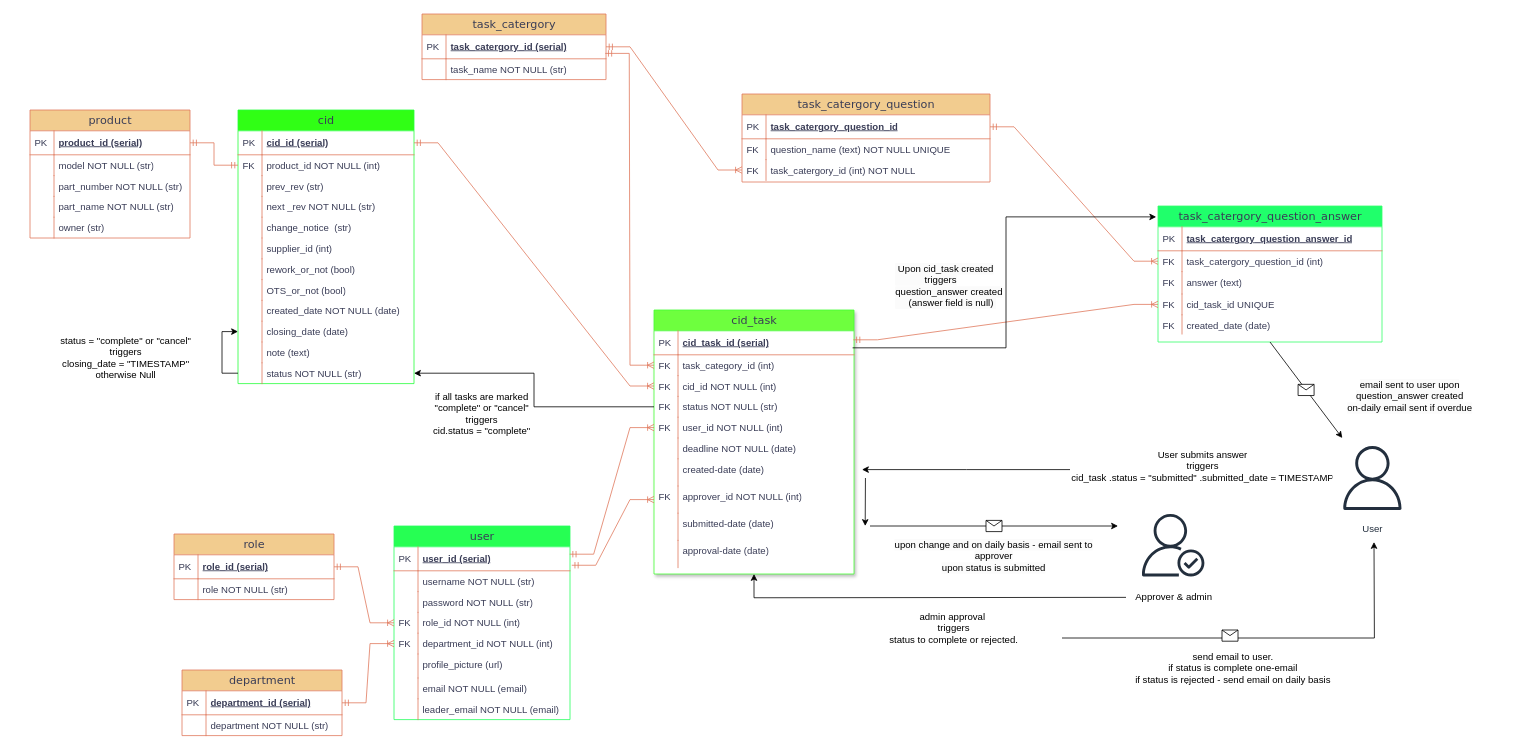
Before: Untitled Diagram.drawio in HieuBuiCong/ResumeHieuBC, a draw.io diagram. Source tidied: cells renumbered, new cells numbered last; positions are measured from the earlier drawing's top-left corner, leaving out a move shared by most shapes. Both pictures are drawn from the tidied source at 80%, with x=0, y=0 at pixel (14, -106).
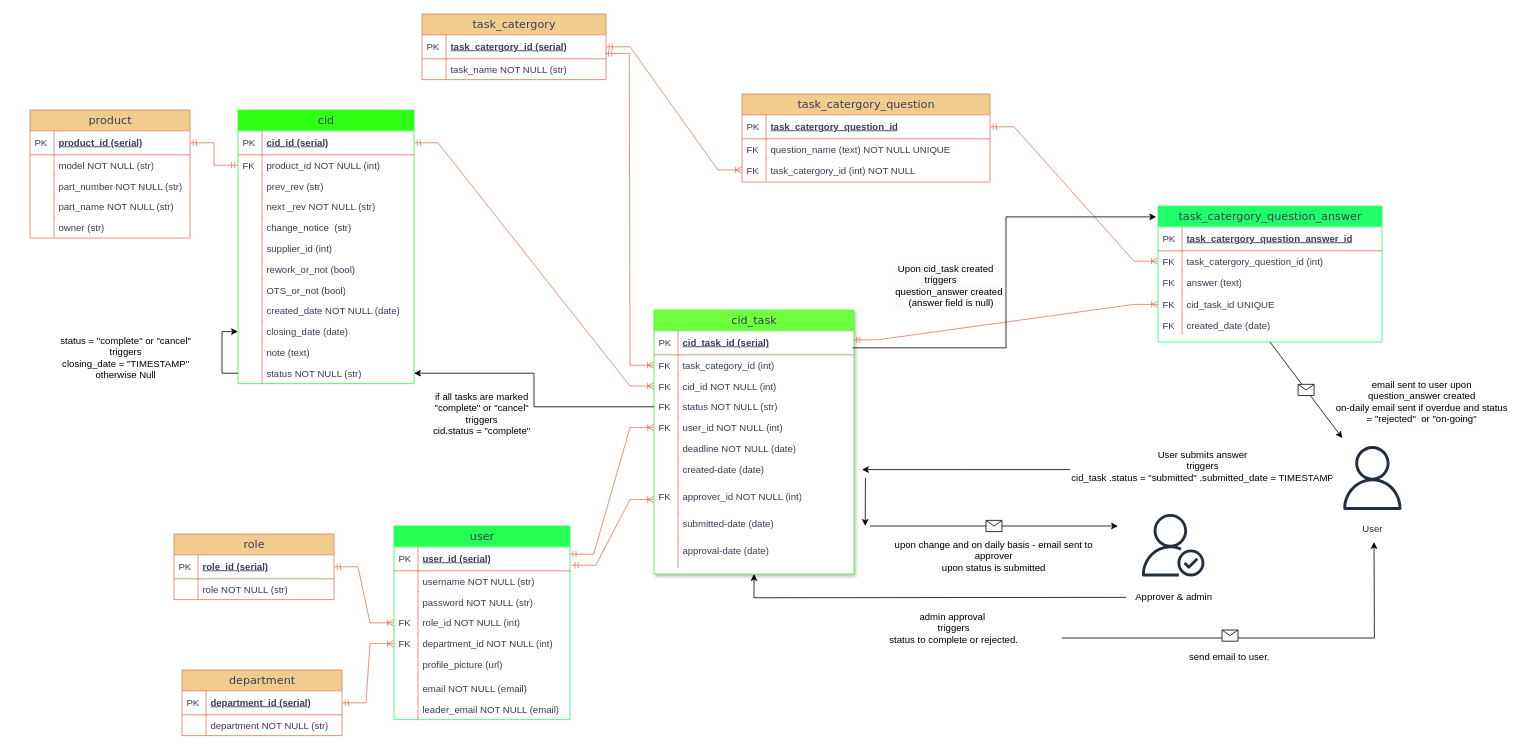
The same page after the edit.

What changed in the source:
```diff
@@
-    <mxCell id="122" value="&lt;span style=&quot;color: rgb(0, 0, 0); font-family: Helvetica; font-size: 12px; font-style: normal; font-variant-ligatures: normal; font-variant-caps: normal; font-weight: 400; letter-spacing: normal; orphans: 2; text-indent: 0px; text-transform: none; widows: 2; word-spacing: 0px; -webkit-text-stroke-width: 0px; white-space: normal; background-color: rgb(251, 251, 251); text-decoration-thickness: initial; text-decoration-style: initial; text-decoration-color: initial; float: none; display: inline !important;&quot;&gt;email sent to user upon question_answer created&lt;br&gt;on-daily email sent if overdue&lt;/span&gt;" style="text;whiteSpace=wrap;html=1;align=center;" parent="1" vertex="1">
-      <mxGeometry x="1650" y="600" width="190" height="38" as="geometry" />
+    <mxCell id="122" value="&lt;span style=&quot;color: rgb(0, 0, 0); font-family: Helvetica; font-size: 12px; font-style: normal; font-variant-ligatures: normal; font-variant-caps: normal; font-weight: 400; letter-spacing: normal; orphans: 2; text-indent: 0px; text-transform: none; widows: 2; word-spacing: 0px; -webkit-text-stroke-width: 0px; white-space: normal; background-color: rgb(251, 251, 251); text-decoration-thickness: initial; text-decoration-style: initial; text-decoration-color: initial; float: none; display: inline !important;&quot;&gt;email sent to user upon question_answer created&lt;br&gt;on-daily email sent if overdue and status = &quot;rejected&quot;&amp;nbsp; or &quot;on-going&quot;&lt;/span&gt;" style="text;whiteSpace=wrap;html=1;align=center;" parent="1" vertex="1">
+      <mxGeometry x="1650" y="600" width="220" height="70" as="geometry" />
     </mxCell>
@@
-    <mxCell id="141" value="send email to user.&lt;br&gt;if status is complete one-email&lt;br&gt;if status is rẹjected - send email on daily basis" style="text;whiteSpace=wrap;html=1;align=center;" parent="1" vertex="1">
-      <mxGeometry x="1389" y="940" width="270" height="80" as="geometry" />
+    <mxCell id="141" value="send email to user." style="text;whiteSpace=wrap;html=1;align=center;" parent="1" vertex="1">
+      <mxGeometry x="1389" y="940" width="261" height="30" as="geometry" />
     </mxCell>
```
